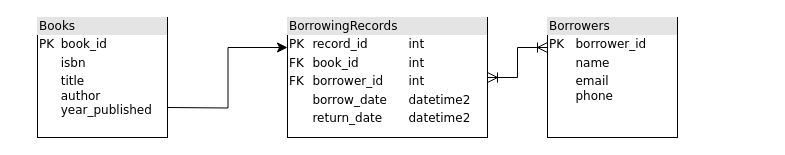
Above: Untitled Diagram.drawio in ConnorGaskill/UML (draw.io), before the change. Source tidied: cells renumbered, new cells numbered last; positions are measured from the earlier drawing's top-left corner, leaving out a move shared by most shapes. Both pictures are drawn from the tidied source at 100%, with x=0, y=0 at pixel (37, 17).
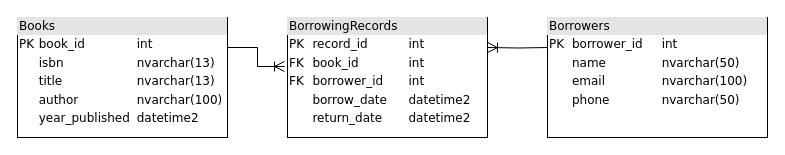
The same diagram, later.

Change to the diagram source:
```diff
@@
 <mxGraphModel>
   <root>
     <mxCell id="0" />
     <mxCell id="1" parent="0" />
-    <mxCell id="2" style="edgeStyle=orthogonalEdgeStyle;rounded=0;jettySize=auto;html=1;fontSize=12;startSize=8;endSize=8;entryX=0;entryY=0.25;entryDx=0;entryDy=0;" parent="1" edge="1" target="6">
-      <mxGeometry relative="1" as="geometry">
-        <mxPoint x="130" y="90" as="sourcePoint" />
-      </mxGeometry>
-    </mxCell>
-    <mxCell id="3" value="&lt;div style=&quot;box-sizing: border-box; width: 100%; background: rgb(228, 228, 228); padding: 2px;&quot;&gt;Books&lt;/div&gt;&lt;table style=&quot;width: 100% ; font-size: 1em&quot; cellpadding=&quot;2&quot; cellspacing=&quot;0&quot;&gt;&lt;tbody&gt;&lt;tr&gt;&lt;td&gt;PK&lt;/td&gt;&lt;td&gt;book_id&lt;/td&gt;&lt;/tr&gt;&lt;tr&gt;&lt;td&gt;&lt;br&gt;&lt;/td&gt;&lt;td&gt;isbn&lt;/td&gt;&lt;/tr&gt;&lt;tr&gt;&lt;td&gt;&lt;/td&gt;&lt;td&gt;title&lt;br&gt;author&lt;br&gt;year_published&lt;/td&gt;&lt;/tr&gt;&lt;/tbody&gt;&lt;/table&gt;" style="verticalAlign=top;align=left;overflow=fill;html=1;rounded=0;shadow=0;comic=0;labelBackgroundColor=none;strokeWidth=1;fontFamily=Verdana;fontSize=12;" parent="1" vertex="1">
-      <mxGeometry width="130" height="120" as="geometry" />
-    </mxCell>
-    <mxCell id="4" style="edgeStyle=orthogonalEdgeStyle;rounded=0;jettySize=auto;html=1;exitX=0;exitY=0.25;exitDx=0;exitDy=0;fontSize=12;startSize=8;endSize=8;endArrow=ERoneToMany;endFill=0;startArrow=ERoneToMany;startFill=0;" parent="1" edge="1" source="5" target="6">
-      <mxGeometry relative="1" as="geometry" />
-    </mxCell>
-    <mxCell id="5" value="&lt;div style=&quot;box-sizing: border-box; width: 100%; background: rgb(228, 228, 228); padding: 2px;&quot;&gt;Borrowers&lt;/div&gt;&lt;table style=&quot;width: 100% ; font-size: 1em&quot; cellpadding=&quot;2&quot; cellspacing=&quot;0&quot;&gt;&lt;tbody&gt;&lt;tr&gt;&lt;td&gt;PK&lt;/td&gt;&lt;td&gt;borrower_id&lt;/td&gt;&lt;/tr&gt;&lt;tr&gt;&lt;td&gt;&lt;br&gt;&lt;/td&gt;&lt;td&gt;name&lt;/td&gt;&lt;/tr&gt;&lt;tr&gt;&lt;td&gt;&lt;/td&gt;&lt;td&gt;email&lt;br&gt;phone&lt;br&gt;&lt;/td&gt;&lt;/tr&gt;&lt;/tbody&gt;&lt;/table&gt;" style="verticalAlign=top;align=left;overflow=fill;html=1;rounded=0;shadow=0;comic=0;labelBackgroundColor=none;strokeWidth=1;fontFamily=Verdana;fontSize=12;" parent="1" vertex="1">
-      <mxGeometry x="510" width="130" height="120" as="geometry" />
+    <mxCell id="5" value="&lt;div style=&quot;box-sizing: border-box; width: 100%; background: rgb(228, 228, 228); padding: 2px;&quot;&gt;Borrowers&lt;/div&gt;&lt;table style=&quot;width: 100% ; font-size: 1em&quot; cellpadding=&quot;2&quot; cellspacing=&quot;0&quot;&gt;&lt;tbody&gt;&lt;tr&gt;&lt;td&gt;PK&lt;/td&gt;&lt;td&gt;borrower_id&lt;/td&gt;&lt;td&gt;int&lt;/td&gt;&lt;/tr&gt;&lt;tr&gt;&lt;td&gt;&lt;br&gt;&lt;/td&gt;&lt;td&gt;name&lt;/td&gt;&lt;td&gt;nvarchar(50)&lt;/td&gt;&lt;/tr&gt;&lt;tr&gt;&lt;td&gt;&lt;br&gt;&lt;/td&gt;&lt;td&gt;email&lt;/td&gt;&lt;td&gt;nvarchar(100)&lt;/td&gt;&lt;/tr&gt;&lt;tr&gt;&lt;td&gt;&lt;/td&gt;&lt;td&gt;phone&lt;/td&gt;&lt;td&gt;nvarchar(50)&lt;/td&gt;&lt;/tr&gt;&lt;/tbody&gt;&lt;/table&gt;" style="verticalAlign=top;align=left;overflow=fill;html=1;rounded=0;shadow=0;comic=0;labelBackgroundColor=none;strokeWidth=1;fontFamily=Verdana;fontSize=12;" parent="1" vertex="1">
+      <mxGeometry x="510" width="220" height="120" as="geometry" />
     </mxCell>
+    <mxCell id="7" style="edgeStyle=orthogonalEdgeStyle;rounded=0;jettySize=auto;html=1;exitX=1;exitY=0.25;exitDx=0;exitDy=0;fontSize=12;startSize=8;endSize=8;endArrow=none;endFill=0;startArrow=ERoneToMany;startFill=0;entryX=0;entryY=0.25;entryDx=0;entryDy=0;" parent="1" edge="1" target="5">
+      <mxGeometry relative="1" as="geometry">
+        <mxPoint x="450" y="30" as="sourcePoint" />
+      </mxGeometry>
+    </mxCell>
     <mxCell id="6" value="&lt;div style=&quot;box-sizing: border-box; width: 100%; background: rgb(228, 228, 228); padding: 2px;&quot;&gt;BorrowingRecords&lt;/div&gt;&lt;table style=&quot;width: 100% ; font-size: 1em&quot; cellpadding=&quot;2&quot; cellspacing=&quot;0&quot;&gt;&lt;tbody&gt;&lt;tr&gt;&lt;td&gt;PK&lt;/td&gt;&lt;td&gt;record_id&lt;/td&gt;&lt;td&gt;int&lt;/td&gt;&lt;/tr&gt;&lt;tr&gt;&lt;td&gt;FK&lt;/td&gt;&lt;td&gt;book_id&lt;/td&gt;&lt;td&gt;int&lt;/td&gt;&lt;/tr&gt;&lt;tr&gt;&lt;td&gt;FK&lt;/td&gt;&lt;td&gt;borrower_id&lt;/td&gt;&lt;td&gt;int&lt;/td&gt;&lt;/tr&gt;&lt;tr&gt;&lt;td&gt;&lt;br&gt;&lt;/td&gt;&lt;td&gt;borrow_date&lt;/td&gt;&lt;td&gt;&lt;span style=&quot;text-wrap-mode: wrap; background-color: rgb(255, 255, 255);&quot;&gt;&lt;font face=&quot;Verdana&quot;&gt;datetime2&lt;/font&gt;&lt;/span&gt;&lt;/td&gt;&lt;/tr&gt;&lt;tr&gt;&lt;td&gt;&lt;br&gt;&lt;/td&gt;&lt;td&gt;return_date&lt;/td&gt;&lt;td&gt;&lt;span style=&quot;text-wrap-mode: wrap; background-color: rgb(255, 255, 255);&quot;&gt;datetime2&lt;/span&gt;&lt;/td&gt;&lt;/tr&gt;&lt;/tbody&gt;&lt;/table&gt;" style="verticalAlign=top;align=left;overflow=fill;html=1;rounded=0;shadow=0;comic=0;labelBackgroundColor=none;strokeWidth=1;fontFamily=Verdana;fontSize=12;" parent="1" vertex="1">
       <mxGeometry x="250" width="200" height="120" as="geometry" />
     </mxCell>
+    <mxCell id="8" value="&lt;div style=&quot;box-sizing: border-box; width: 100%; background: rgb(228, 228, 228); padding: 2px;&quot;&gt;Books&lt;/div&gt;&lt;table style=&quot;width: 100% ; font-size: 1em&quot; cellpadding=&quot;2&quot; cellspacing=&quot;0&quot;&gt;&lt;tbody&gt;&lt;tr&gt;&lt;td&gt;PK&lt;/td&gt;&lt;td&gt;book_id&lt;/td&gt;&lt;td&gt;int&lt;/td&gt;&lt;/tr&gt;&lt;tr&gt;&lt;td&gt;&lt;br&gt;&lt;/td&gt;&lt;td&gt;isbn&lt;/td&gt;&lt;td&gt;nvarchar(13)&lt;/td&gt;&lt;/tr&gt;&lt;tr&gt;&lt;td&gt;&lt;br&gt;&lt;/td&gt;&lt;td&gt;title&lt;/td&gt;&lt;td&gt;nvarchar(13)&lt;/td&gt;&lt;/tr&gt;&lt;tr&gt;&lt;td&gt;&lt;br&gt;&lt;/td&gt;&lt;td&gt;author&lt;/td&gt;&lt;td&gt;&lt;span style=&quot;text-wrap-mode: wrap; background-color: rgb(255, 255, 255);&quot;&gt;&lt;font face=&quot;Verdana&quot;&gt;nvarchar(100)&lt;/font&gt;&lt;/span&gt;&lt;/td&gt;&lt;/tr&gt;&lt;tr&gt;&lt;td&gt;&lt;br&gt;&lt;/td&gt;&lt;td&gt;year_published&lt;/td&gt;&lt;td&gt;&lt;span style=&quot;text-wrap-mode: wrap; background-color: rgb(255, 255, 255);&quot;&gt;datetime2&lt;/span&gt;&lt;/td&gt;&lt;/tr&gt;&lt;/tbody&gt;&lt;/table&gt;" style="verticalAlign=top;align=left;overflow=fill;html=1;rounded=0;shadow=0;comic=0;labelBackgroundColor=none;strokeWidth=1;fontFamily=Verdana;fontSize=12;" parent="1" vertex="1">
+      <mxGeometry x="-20" width="210" height="120" as="geometry" />
+    </mxCell>
+    <mxCell id="9" style="edgeStyle=orthogonalEdgeStyle;rounded=0;jettySize=auto;html=1;exitX=1;exitY=0.25;exitDx=0;exitDy=0;entryX=-0.015;entryY=0.408;entryDx=0;entryDy=0;entryPerimeter=0;fontSize=12;startSize=8;endSize=8;endArrow=ERoneToMany;endFill=0;startArrow=none;startFill=0;" parent="1" edge="1" source="8" target="6">
+      <mxGeometry relative="1" as="geometry" />
+    </mxCell>
   </root>
 </mxGraphModel>
```
